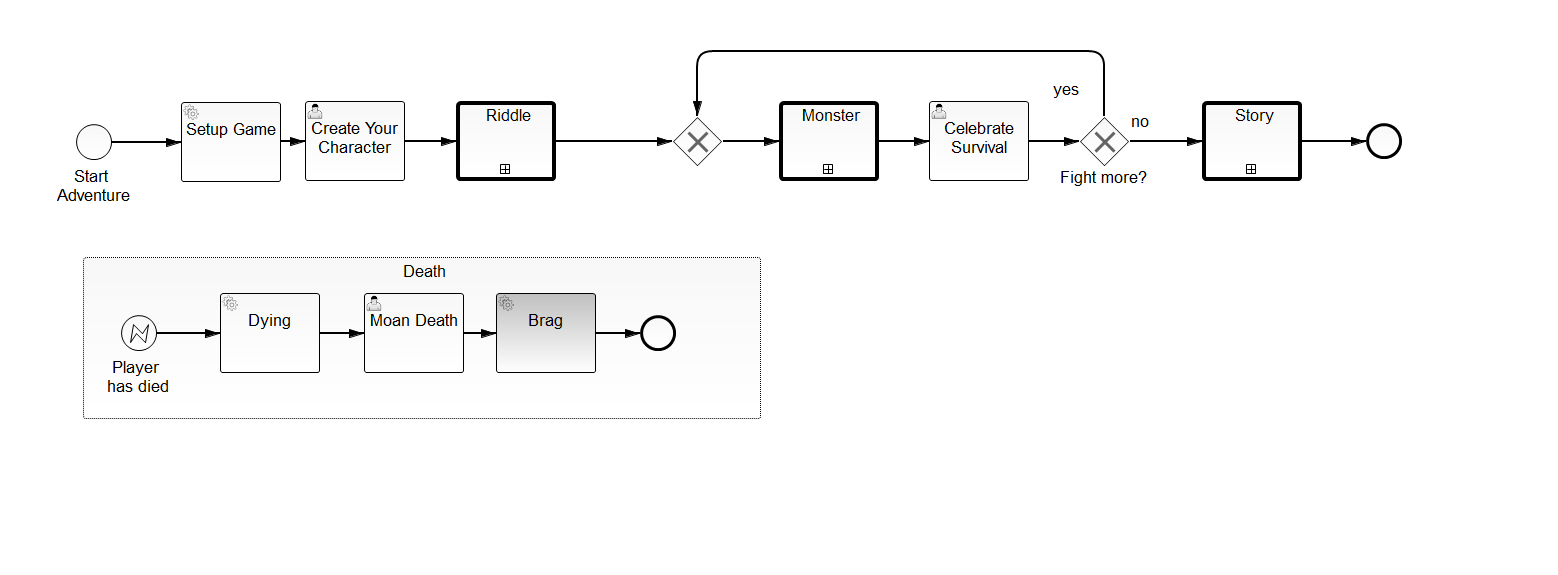
NPDeehan/bpmn-quest keeps this BPMN diagram as src/main/resources/adventure.png. Above is the earlier version. Its source is kept beside it as src/main/resources/adventure.bpmn. Ids are renumbered.
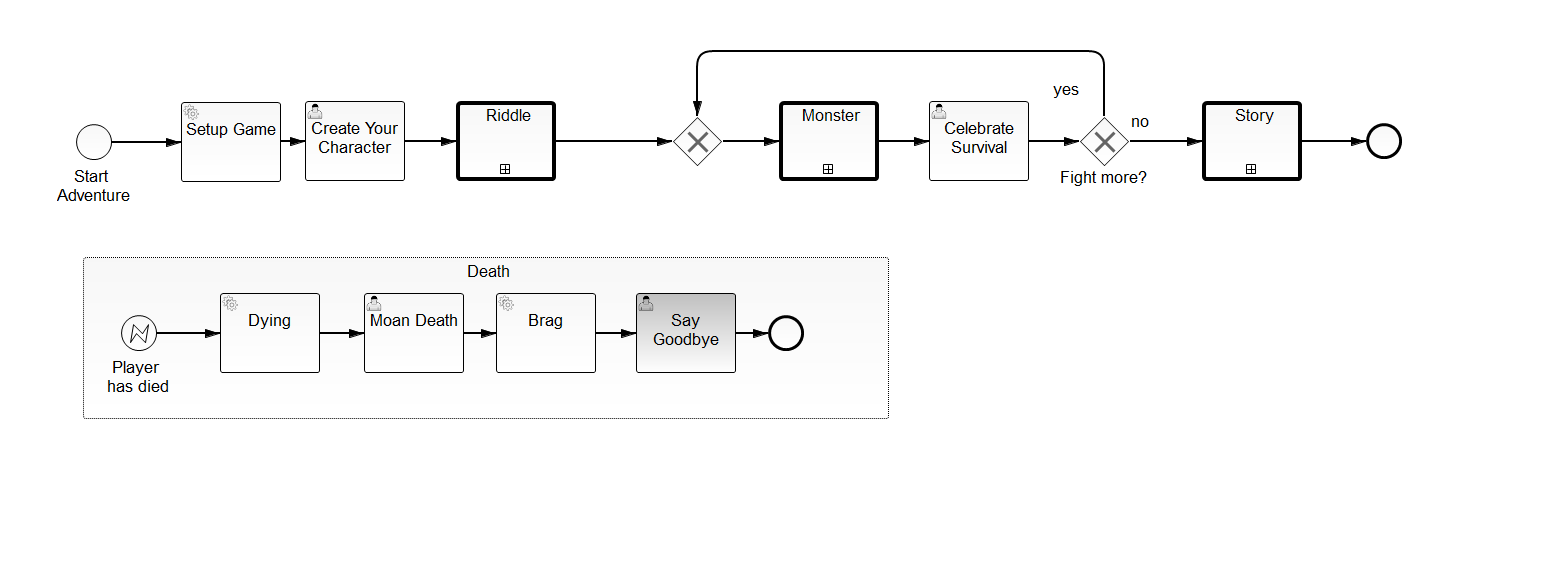
After the change.

Change to the diagram source:
```diff
@@ -80,14 +80,11 @@
         <bpmn2:errorEventDefinition id="ErrorEventDefinition_2" errorRef="Error_1"/>
       </bpmn2:startEvent>
       <bpmn2:sequenceFlow id="SequenceFlow_10" name="" sourceRef="StartEvent_2" targetRef="Task_1"/>
-      <bpmn2:endEvent id="EndEvent_3">
-        <bpmn2:incoming>SequenceFlow_12</bpmn2:incoming>
-      </bpmn2:endEvent>
       <bpmn2:serviceTask id="ServiceTask_1" camunda:class="org.camunda.bpmn.quest.death.TweetBragDelegate" name="Brag">
         <bpmn2:incoming>SequenceFlow_11</bpmn2:incoming>
         <bpmn2:outgoing>SequenceFlow_12</bpmn2:outgoing>
       </bpmn2:serviceTask>
-      <bpmn2:sequenceFlow id="SequenceFlow_12" name="" sourceRef="ServiceTask_1" targetRef="EndEvent_3"/>
+      <bpmn2:sequenceFlow id="SequenceFlow_12" name="" sourceRef="ServiceTask_1" targetRef="UserTask_3"/>
       <bpmn2:userTask id="UserTask_2" camunda:assignee="demo" camunda:formKey="embedded:app:forms/dead.html" name="Moan Death">
         <bpmn2:incoming>SequenceFlow_4</bpmn2:incoming>
         <bpmn2:outgoing>SequenceFlow_11</bpmn2:outgoing>
@@ -98,6 +95,14 @@
         <bpmn2:outgoing>SequenceFlow_4</bpmn2:outgoing>
       </bpmn2:serviceTask>
       <bpmn2:sequenceFlow id="SequenceFlow_4" name="" sourceRef="Task_1" targetRef="UserTask_2"/>
+      <bpmn2:endEvent id="EndEvent_3">
+        <bpmn2:incoming>SequenceFlow_9</bpmn2:incoming>
+      </bpmn2:endEvent>
+      <bpmn2:userTask id="UserTask_3" camunda:assignee="demo" name="Say Goodbye">
+        <bpmn2:incoming>SequenceFlow_12</bpmn2:incoming>
+        <bpmn2:outgoing>SequenceFlow_9</bpmn2:outgoing>
+      </bpmn2:userTask>
+      <bpmn2:sequenceFlow id="SequenceFlow_9" name="" sourceRef="UserTask_3" targetRef="EndEvent_3"/>
     </bpmn2:subProcess>
   </bpmn2:process>
   <bpmn2:error id="Error_1" errorCode="playerDied" name="Player died"/>
@@ -176,7 +181,7 @@
         </bpmndi:BPMNLabel>
       </bpmndi:BPMNEdge>
       <bpmndi:BPMNShape id="_BPMNShape_SubProcess_2" bpmnElement="SubProcess_1" isExpanded="true">
-        <dc:Bounds height="162.0" width="678.0" x="83.0" y="257.0"/>
+        <dc:Bounds height="162.0" width="806.0" x="83.0" y="257.0"/>
       </bpmndi:BPMNShape>
       <bpmndi:BPMNShape id="_BPMNShape_StartEvent_4" bpmnElement="StartEvent_2">
         <dc:Bounds height="36.0" width="36.0" x="121.0" y="315.0"/>
@@ -205,14 +210,14 @@
         </bpmndi:BPMNLabel>
       </bpmndi:BPMNEdge>
       <bpmndi:BPMNShape id="_BPMNShape_EndEvent_34" bpmnElement="EndEvent_3">
-        <dc:Bounds height="36.0" width="36.0" x="640.0" y="315.0"/>
+        <dc:Bounds height="36.0" width="36.0" x="768.0" y="315.0"/>
         <bpmndi:BPMNLabel>
-          <dc:Bounds height="0.0" width="0.0" x="658.0" y="356.0"/>
+          <dc:Bounds height="0.0" width="0.0" x="786.0" y="356.0"/>
         </bpmndi:BPMNLabel>
       </bpmndi:BPMNShape>
-      <bpmndi:BPMNEdge id="BPMNEdge_SequenceFlow_12" bpmnElement="SequenceFlow_12" sourceElement="_BPMNShape_ServiceTask_25" targetElement="_BPMNShape_EndEvent_34">
+      <bpmndi:BPMNEdge id="BPMNEdge_SequenceFlow_12" bpmnElement="SequenceFlow_12" sourceElement="_BPMNShape_ServiceTask_25" targetElement="_BPMNShape_UserTask_6">
         <di:waypoint xsi:type="dc:Point" x="596.0" y="333.0"/>
-        <di:waypoint xsi:type="dc:Point" x="640.0" y="333.0"/>
+        <di:waypoint xsi:type="dc:Point" x="636.0" y="333.0"/>
         <bpmndi:BPMNLabel>
           <dc:Bounds height="6.0" width="6.0" x="613.0" y="333.0"/>
         </bpmndi:BPMNLabel>
@@ -264,6 +269,16 @@
           <dc:Bounds height="6.0" width="6.0" x="318.0" y="333.0"/>
         </bpmndi:BPMNLabel>
       </bpmndi:BPMNEdge>
+      <bpmndi:BPMNShape id="_BPMNShape_UserTask_6" bpmnElement="UserTask_3">
+        <dc:Bounds height="80.0" width="100.0" x="636.0" y="293.0"/>
+      </bpmndi:BPMNShape>
+      <bpmndi:BPMNEdge id="BPMNEdge_SequenceFlow_9" bpmnElement="SequenceFlow_9" sourceElement="_BPMNShape_UserTask_6" targetElement="_BPMNShape_EndEvent_34">
+        <di:waypoint xsi:type="dc:Point" x="736.0" y="333.0"/>
+        <di:waypoint xsi:type="dc:Point" x="768.0" y="333.0"/>
+        <bpmndi:BPMNLabel>
+          <dc:Bounds height="6.0" width="6.0" x="758.0" y="333.0"/>
+        </bpmndi:BPMNLabel>
+      </bpmndi:BPMNEdge>
     </bpmndi:BPMNPlane>
   </bpmndi:BPMNDiagram>
 </bpmn2:definitions>
```
